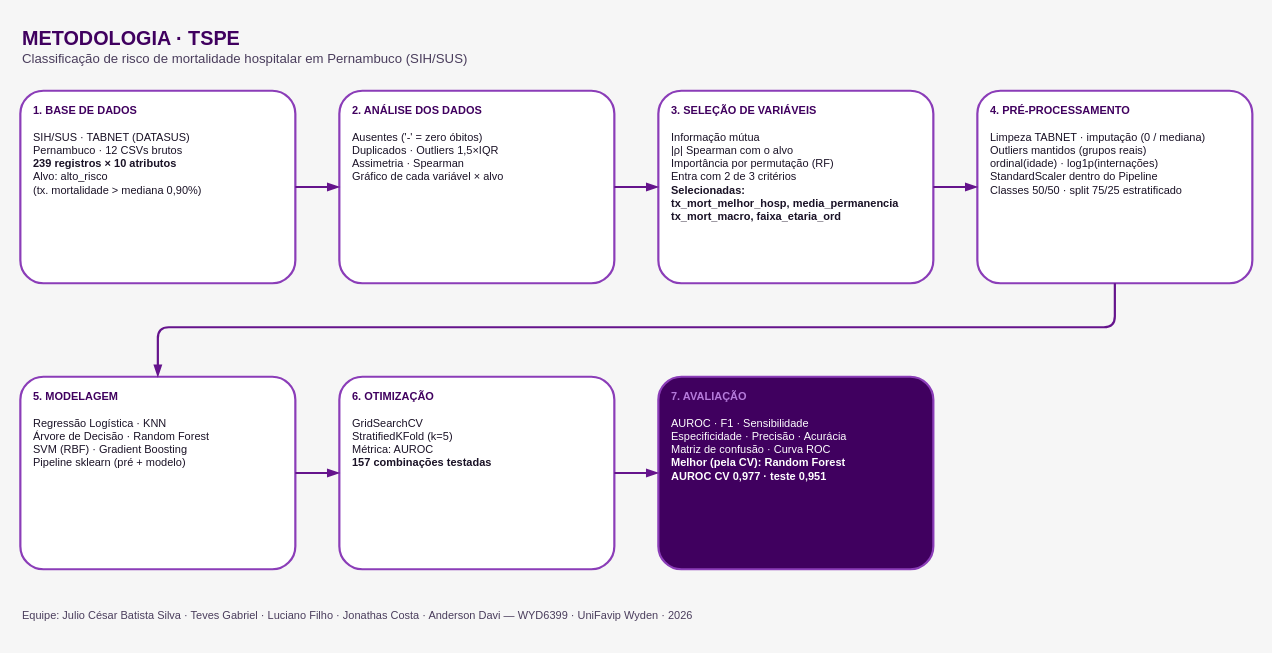
Before: docs/metodologia.drawio in juliobatista04/TSPE-v2, a draw.io diagram. Source tidied: cells renumbered, new cells numbered last; positions are measured from the earlier drawing's top-left corner, leaving out a move shared by most shapes. Both pictures are drawn from the tidied source at 110%, with x=0, y=0 at pixel (20, 19).
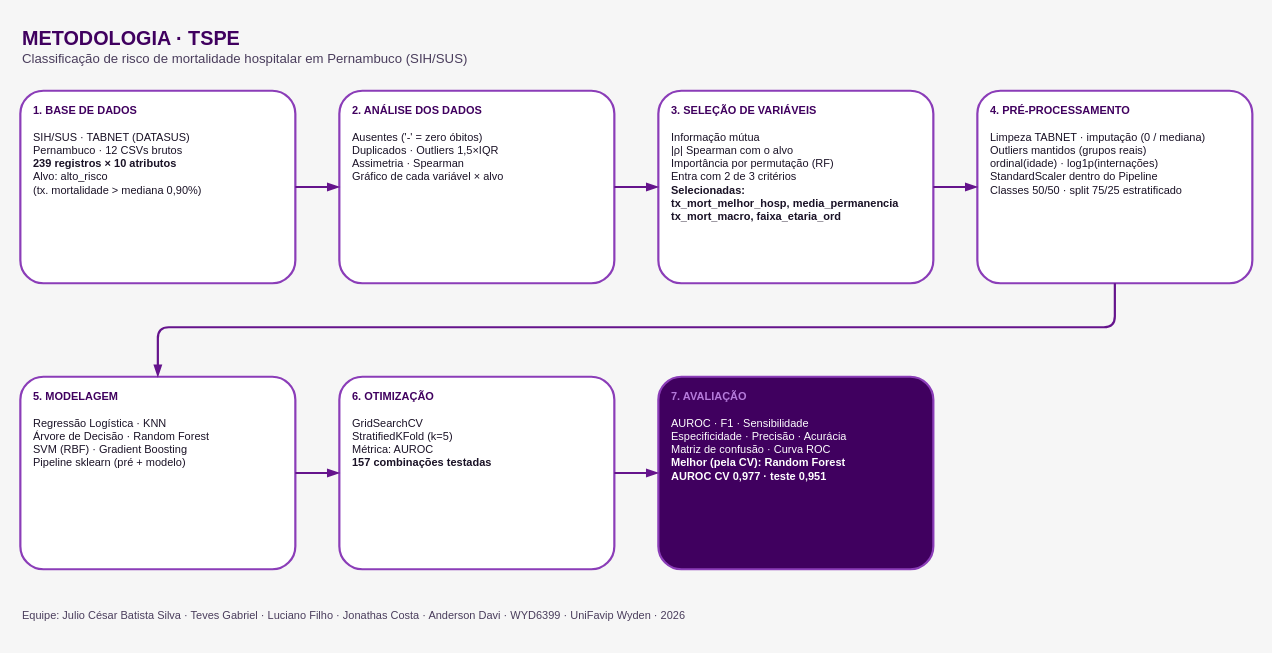
The same diagram, later.

What changed in the source:
```diff
@@
 <mxGraphModel background="#F6F6F6">
   <root>
     <mxCell id="0" />
     <mxCell id="1" parent="0" />
     <mxCell id="2" value="&lt;b&gt;&lt;font style='font-size:18px' color='#40005F'&gt;METODOLOGIA · TSPE&lt;/font&gt;&lt;/b&gt;&lt;br&gt;&lt;font color='#4A3D5C'&gt;Classificação de risco de mortalidade hospitalar em Pernambuco (SIH/SUS)&lt;/font&gt;" style="text;html=1;align=left;verticalAlign=middle;fontFamily=Helvetica;" parent="1" vertex="1">
       <mxGeometry width="800" height="50" as="geometry" />
     </mxCell>
     <mxCell id="3" value="&lt;b&gt;&lt;font color='#40005F'&gt;1. BASE DE DADOS&lt;/font&gt;&lt;/b&gt;&lt;br&gt;&lt;br&gt;SIH/SUS · TABNET (DATASUS)&lt;br&gt;Pernambuco · 12 CSVs brutos&lt;br&gt;&lt;b&gt;239 registros × 10 atributos&lt;/b&gt;&lt;br&gt;Alvo: alto_risco&lt;br&gt;(tx. mortalidade &amp;gt; mediana 0,90%)" style="rounded=1;whiteSpace=wrap;html=1;arcSize=12;fillColor=#FFFFFF;strokeColor=#8B3DB8;strokeWidth=2;fontColor=#1A1226;fontSize=10;align=left;spacingLeft=10;spacingRight=8;verticalAlign=top;spacingTop=6;fontFamily=Helvetica;" parent="1" vertex="1">
       <mxGeometry y="65" width="250" height="175" as="geometry" />
     </mxCell>
     <mxCell id="4" value="&lt;b&gt;&lt;font color='#40005F'&gt;2. ANÁLISE DOS DADOS&lt;/font&gt;&lt;/b&gt;&lt;br&gt;&lt;br&gt;Ausentes ('-' = zero óbitos)&lt;br&gt;Duplicados · Outliers 1,5×IQR&lt;br&gt;Assimetria · Spearman&lt;br&gt;Gráfico de cada variável × alvo" style="rounded=1;whiteSpace=wrap;html=1;arcSize=12;fillColor=#FFFFFF;strokeColor=#8B3DB8;strokeWidth=2;fontColor=#1A1226;fontSize=10;align=left;spacingLeft=10;spacingRight=8;verticalAlign=top;spacingTop=6;fontFamily=Helvetica;" parent="1" vertex="1">
       <mxGeometry x="290" y="65" width="250" height="175" as="geometry" />
     </mxCell>
     <mxCell id="5" value="&lt;b&gt;&lt;font color='#40005F'&gt;3. SELEÇÃO DE VARIÁVEIS&lt;/font&gt;&lt;/b&gt;&lt;br&gt;&lt;br&gt;Informação mútua&lt;br&gt;|ρ| Spearman com o alvo&lt;br&gt;Importância por permutação (RF)&lt;br&gt;Entra com 2 de 3 critérios&lt;br&gt;&lt;b&gt;Selecionadas:&lt;br&gt;tx_mort_melhor_hosp, media_permanencia&lt;br&gt;tx_mort_macro, faixa_etaria_ord&lt;/b&gt;" style="rounded=1;whiteSpace=wrap;html=1;arcSize=12;fillColor=#FFFFFF;strokeColor=#8B3DB8;strokeWidth=2;fontColor=#1A1226;fontSize=10;align=left;spacingLeft=10;spacingRight=8;verticalAlign=top;spacingTop=6;fontFamily=Helvetica;" parent="1" vertex="1">
       <mxGeometry x="580" y="65" width="250" height="175" as="geometry" />
     </mxCell>
     <mxCell id="6" value="&lt;b&gt;&lt;font color='#40005F'&gt;4. PRÉ-PROCESSAMENTO&lt;/font&gt;&lt;/b&gt;&lt;br&gt;&lt;br&gt;Limpeza TABNET · imputação (0 / mediana)&lt;br&gt;Outliers mantidos (grupos reais)&lt;br&gt;ordinal(idade) · log1p(internações)&lt;br&gt;StandardScaler dentro do Pipeline&lt;br&gt;Classes 50/50 · split 75/25 estratificado" style="rounded=1;whiteSpace=wrap;html=1;arcSize=12;fillColor=#FFFFFF;strokeColor=#8B3DB8;strokeWidth=2;fontColor=#1A1226;fontSize=10;align=left;spacingLeft=10;spacingRight=8;verticalAlign=top;spacingTop=6;fontFamily=Helvetica;" parent="1" vertex="1">
       <mxGeometry x="870" y="65" width="250" height="175" as="geometry" />
     </mxCell>
     <mxCell id="7" value="&lt;b&gt;&lt;font color='#40005F'&gt;5. MODELAGEM&lt;/font&gt;&lt;/b&gt;&lt;br&gt;&lt;br&gt;Regressão Logística · KNN&lt;br&gt;Árvore de Decisão · Random Forest&lt;br&gt;SVM (RBF) · Gradient Boosting&lt;br&gt;Pipeline sklearn (pré + modelo)" style="rounded=1;whiteSpace=wrap;html=1;arcSize=12;fillColor=#FFFFFF;strokeColor=#8B3DB8;strokeWidth=2;fontColor=#1A1226;fontSize=10;align=left;spacingLeft=10;spacingRight=8;verticalAlign=top;spacingTop=6;fontFamily=Helvetica;" parent="1" vertex="1">
       <mxGeometry y="325" width="250" height="175" as="geometry" />
     </mxCell>
     <mxCell id="8" value="&lt;b&gt;&lt;font color='#40005F'&gt;6. OTIMIZAÇÃO&lt;/font&gt;&lt;/b&gt;&lt;br&gt;&lt;br&gt;GridSearchCV&lt;br&gt;StratifiedKFold (k=5)&lt;br&gt;Métrica: AUROC&lt;br&gt;&lt;b&gt;157 combinações testadas&lt;/b&gt;" style="rounded=1;whiteSpace=wrap;html=1;arcSize=12;fillColor=#FFFFFF;strokeColor=#8B3DB8;strokeWidth=2;fontColor=#1A1226;fontSize=10;align=left;spacingLeft=10;spacingRight=8;verticalAlign=top;spacingTop=6;fontFamily=Helvetica;" parent="1" vertex="1">
       <mxGeometry x="290" y="325" width="250" height="175" as="geometry" />
     </mxCell>
     <mxCell id="9" value="&lt;b&gt;&lt;font color='#B57BDB'&gt;7. AVALIAÇÃO&lt;/font&gt;&lt;/b&gt;&lt;br&gt;&lt;br&gt;AUROC · F1 · Sensibilidade&lt;br&gt;Especificidade · Precisão · Acurácia&lt;br&gt;Matriz de confusão · Curva ROC&lt;br&gt;&lt;b&gt;Melhor (pela CV): Random Forest&lt;br&gt;AUROC CV 0,977 · teste 0,951&lt;/b&gt;" style="rounded=1;whiteSpace=wrap;html=1;arcSize=12;fillColor=#40005F;strokeColor=#8B3DB8;strokeWidth=2;fontColor=#FFFFFF;fontSize=10;align=left;spacingLeft=10;spacingRight=8;verticalAlign=top;spacingTop=6;fontFamily=Helvetica;" parent="1" vertex="1">
       <mxGeometry x="580" y="325" width="250" height="175" as="geometry" />
     </mxCell>
     <mxCell id="10" style="edgeStyle=orthogonalEdgeStyle;rounded=1;html=1;strokeColor=#65148C;strokeWidth=2;endArrow=blockThin;endFill=1;exitX=1;exitY=0.5;exitDx=0;exitDy=0;entryX=0;entryY=0.5;entryDx=0;entryDy=0;" parent="1" edge="1" source="3" target="4">
       <mxGeometry relative="1" as="geometry" />
     </mxCell>
     <mxCell id="11" style="edgeStyle=orthogonalEdgeStyle;rounded=1;html=1;strokeColor=#65148C;strokeWidth=2;endArrow=blockThin;endFill=1;exitX=1;exitY=0.5;exitDx=0;exitDy=0;entryX=0;entryY=0.5;entryDx=0;entryDy=0;" parent="1" edge="1" source="4" target="5">
       <mxGeometry relative="1" as="geometry" />
     </mxCell>
     <mxCell id="12" style="edgeStyle=orthogonalEdgeStyle;rounded=1;html=1;strokeColor=#65148C;strokeWidth=2;endArrow=blockThin;endFill=1;exitX=1;exitY=0.5;exitDx=0;exitDy=0;entryX=0;entryY=0.5;entryDx=0;entryDy=0;" parent="1" edge="1" source="5" target="6">
       <mxGeometry relative="1" as="geometry" />
     </mxCell>
     <mxCell id="13" style="edgeStyle=orthogonalEdgeStyle;rounded=1;html=1;strokeColor=#65148C;strokeWidth=2;endArrow=blockThin;endFill=1;exitX=0.5;exitY=1;exitDx=0;exitDy=0;entryX=0.5;entryY=0;entryDx=0;entryDy=0;" parent="1" edge="1" source="6" target="7">
       <mxGeometry relative="1" as="geometry">
         <Array as="points">
           <mxPoint x="995" y="280" />
           <mxPoint x="125" y="280" />
         </Array>
       </mxGeometry>
     </mxCell>
     <mxCell id="14" style="edgeStyle=orthogonalEdgeStyle;rounded=1;html=1;strokeColor=#65148C;strokeWidth=2;endArrow=blockThin;endFill=1;exitX=1;exitY=0.5;exitDx=0;exitDy=0;entryX=0;entryY=0.5;entryDx=0;entryDy=0;" parent="1" edge="1" source="7" target="8">
       <mxGeometry relative="1" as="geometry" />
     </mxCell>
     <mxCell id="15" style="edgeStyle=orthogonalEdgeStyle;rounded=1;html=1;strokeColor=#65148C;strokeWidth=2;endArrow=blockThin;endFill=1;exitX=1;exitY=0.5;exitDx=0;exitDy=0;entryX=0;entryY=0.5;entryDx=0;entryDy=0;" parent="1" edge="1" source="8" target="9">
       <mxGeometry relative="1" as="geometry" />
     </mxCell>
-    <mxCell id="16" value="Equipe: Julio César Batista Silva · Teves Gabriel · Luciano Filho · Jonathas Costa · Anderson Davi — WYD6399 · UniFavip Wyden · 2026" style="text;html=1;align=left;fontSize=10;fontColor=#4A3D5C;fontFamily=Helvetica;" parent="1" vertex="1">
+    <mxCell id="16" value="Equipe: Julio César Batista Silva · Teves Gabriel · Luciano Filho · Jonathas Costa · Anderson Davi · WYD6399 · UniFavip Wyden · 2026" style="text;html=1;align=left;fontSize=10;fontColor=#4A3D5C;fontFamily=Helvetica;" parent="1" vertex="1">
       <mxGeometry y="530" width="1000" height="30" as="geometry" />
     </mxCell>
   </root>
 </mxGraphModel>
```
